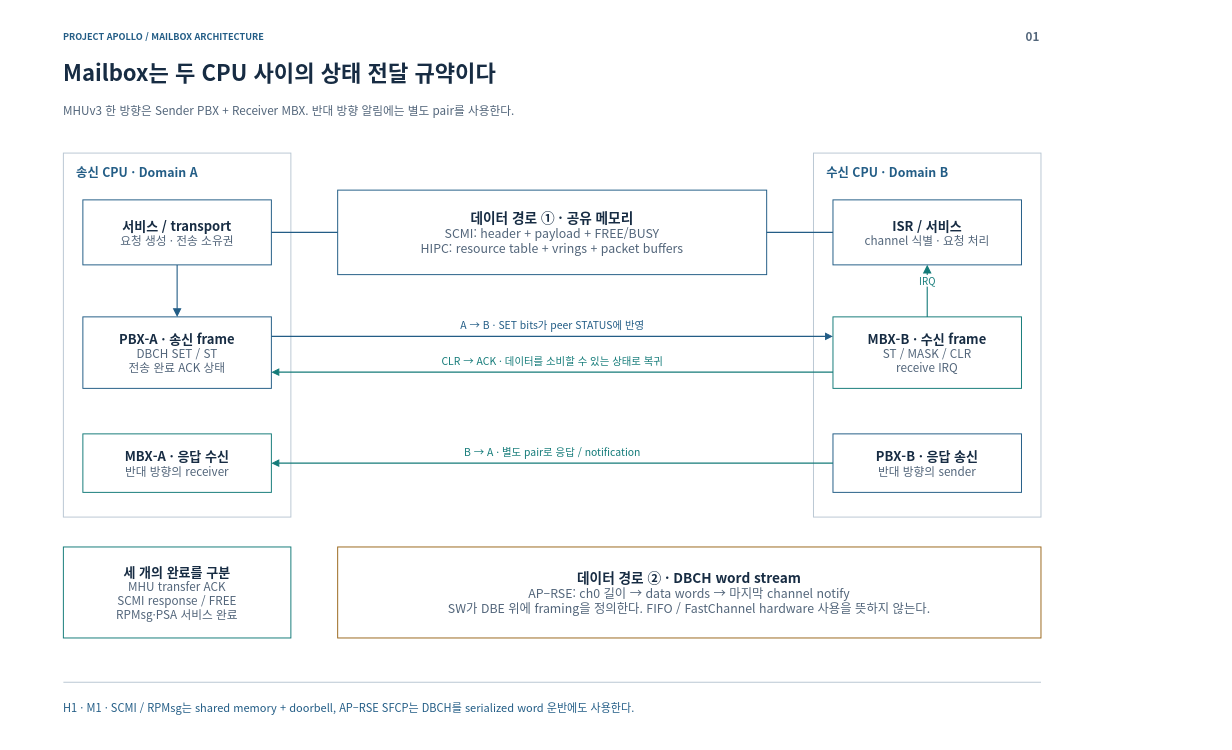
The draw.io diagram page "01-hardware" (2 of 24) of doc/phase1/mailbox/apollo-mailbox-architecture.drawio in cometzero/project-apollo, before the edit. Source tidied: cells renumbered, new cells numbered last; positions are measured from the earlier drawing's top-left corner, leaving out a move shared by most shapes. Both pictures are drawn from the tidied source at 65%, with x=0, y=0 at pixel (32, 11).
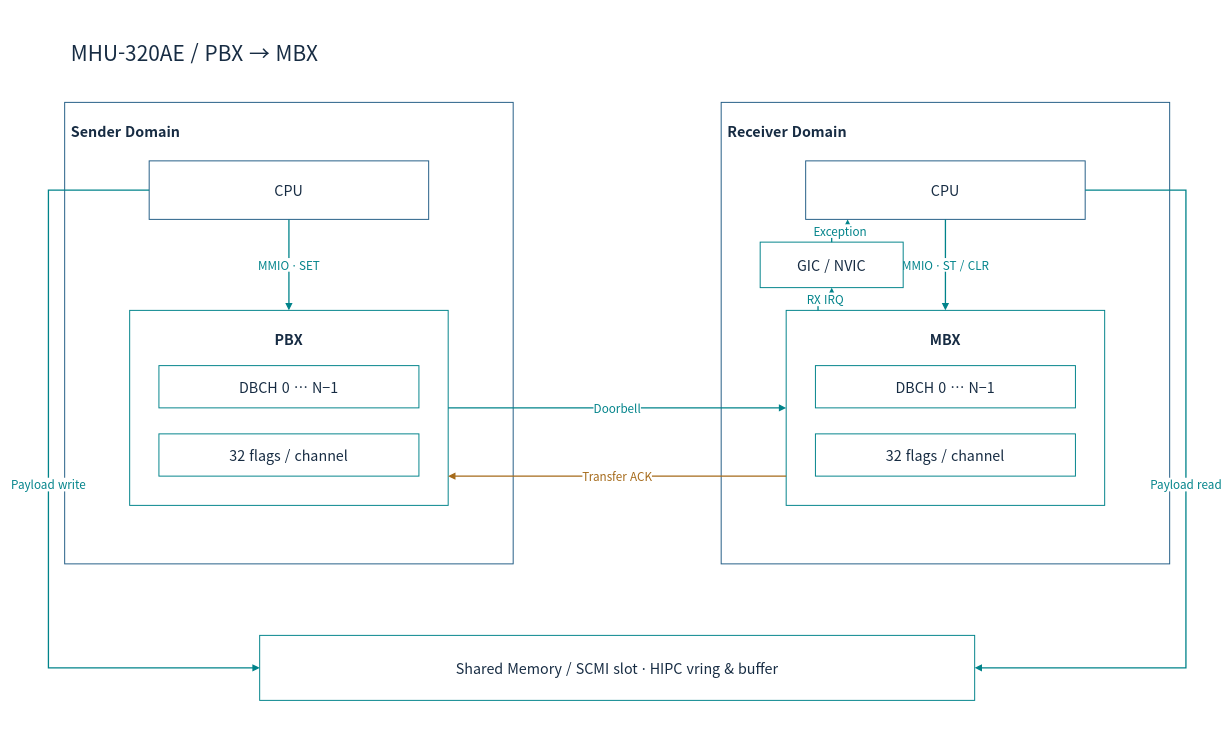
After the change.

Diff of the diagram source:
```diff
@@
-    <mxCell id="2" style="rounded=0;whiteSpace=wrap;html=1;fillColor=#FFFFFF;strokeWidth=1.5;fontFamily=Noto Sans CJK KR;fontSize=18;spacing=12;fontColor=#172C43;strokeColor=none;" parent="1" vertex="1">
-      <mxGeometry width="1600" height="1120" as="geometry" />
+    <mxCell id="2" style="rounded=0;whiteSpace=wrap;html=1;fillColor=#FFFFFF;strokeColor=none;strokeWidth=1.5;fontColor=#172C43;fontFamily=Noto Sans CJK KR;fontSize=22;spacing=10;" parent="1" vertex="1">
+      <mxGeometry width="1800" height="1120" as="geometry" />
     </mxCell>
-    <mxCell id="3" value="PROJECT APOLLO / MAILBOX ARCHITECTURE" style="rounded=0;whiteSpace=wrap;html=1;fillColor=#FFFFFF;strokeWidth=1.5;fontFamily=Noto Sans CJK KR;fontSize=18;spacing=12;fontColor=#172C43;strokeColor=none;fillColor=none;spacing=0;align=left;verticalAlign=middle;fontSize=14;fontColor=#235D86;fontStyle=1;" parent="1" vertex="1">
-      <mxGeometry x="48" y="26" width="1400" height="24" as="geometry" />
-    </mxCell>
-    <mxCell id="4" value="01" style="rounded=0;whiteSpace=wrap;html=1;fillColor=#FFFFFF;strokeWidth=1.5;fontFamily=Noto Sans CJK KR;fontSize=18;spacing=12;fontColor=#172C43;strokeColor=none;fillColor=none;spacing=0;align=right;verticalAlign=middle;fontSize=18;fontColor=#52657A;fontStyle=1;" parent="1" vertex="1">
-      <mxGeometry x="1485" y="23" width="65" height="30" as="geometry" />
-    </mxCell>
-    <mxCell id="5" value="Mailbox는 두 CPU 사이의 상태 전달 규약이다" style="rounded=0;whiteSpace=wrap;html=1;fillColor=#FFFFFF;strokeWidth=1.5;fontFamily=Noto Sans CJK KR;fontSize=18;spacing=12;fontColor=#172C43;strokeColor=none;fillColor=none;spacing=0;align=left;verticalAlign=middle;fontSize=34;fontColor=#172C43;fontStyle=1;" parent="1" vertex="1">
-      <mxGeometry x="48" y="67" width="1504" height="54" as="geometry" />
+    <mxCell id="5" value="MHU-320AE / PBX → MBX" style="rounded=0;whiteSpace=wrap;html=1;fillColor=#FFFFFF;strokeColor=none;strokeWidth=1.5;fontColor=#172C43;fontFamily=Noto Sans CJK KR;fontSize=22;spacing=10;fontSize=32;align=left;" parent="1" vertex="1">
+      <mxGeometry x="50" y="30" width="1700" height="65" as="geometry" />
     </mxCell>
-    <mxCell id="6" value="MHUv3 한 방향은 Sender PBX + Receiver MBX. 반대 방향 알림에는 별도 pair를 사용한다." style="rounded=0;whiteSpace=wrap;html=1;fillColor=#FFFFFF;strokeWidth=1.5;fontFamily=Noto Sans CJK KR;fontSize=18;spacing=12;fontColor=#172C43;strokeColor=none;fillColor=none;spacing=0;align=left;verticalAlign=middle;fontSize=18;fontColor=#52657A;fontStyle=0;" parent="1" vertex="1">
-      <mxGeometry x="48" y="127" width="1504" height="50" as="geometry" />
-    </mxCell>
-    <mxCell id="7" style="html=1;whiteSpace=nowrap;edgeStyle=none;endArrow=none;endSize=8;strokeWidth=1.6;strokeColor=#BAC7D3;fontColor=#BAC7D3;fontFamily=Noto Sans CJK KR;fontSize=16;labelBackgroundColor=#FFFFFF;dashed=0;" parent="1" edge="1">
-      <mxGeometry relative="1" as="geometry">
-        <mxPoint x="48" y="1032" as="sourcePoint" />
-        <mxPoint x="1552" y="1032" as="targetPoint" />
-      </mxGeometry>
-    </mxCell>
-    <mxCell id="8" value="H1 · M1 · SCMI / RPMsg는 shared memory + doorbell, AP–RSE SFCP는 DBCH를 serialized word 운반에도 사용한다." style="rounded=0;whiteSpace=wrap;html=1;fillColor=#FFFFFF;strokeWidth=1.5;fontFamily=Noto Sans CJK KR;fontSize=18;spacing=12;fontColor=#172C43;strokeColor=none;fillColor=none;spacing=0;align=left;verticalAlign=middle;fontSize=17;fontColor=#235D86;fontStyle=0;" parent="1" vertex="1">
-      <mxGeometry x="48" y="1047" width="1504" height="50" as="geometry" />
-    </mxCell>
-    <mxCell id="9" style="rounded=0;whiteSpace=wrap;html=1;fillColor=#FFFFFF;strokeWidth=1.5;fontFamily=Noto Sans CJK KR;fontSize=18;spacing=12;fontColor=#172C43;strokeColor=#BAC7D3;" parent="1" vertex="1">
-      <mxGeometry x="48" y="218" width="350" height="560" as="geometry" />
-    </mxCell>
-    <mxCell id="10" value="송신 CPU · Domain A" style="rounded=0;whiteSpace=wrap;html=1;fillColor=#FFFFFF;strokeWidth=1.5;fontFamily=Noto Sans CJK KR;fontSize=18;spacing=12;fontColor=#172C43;strokeColor=none;fillColor=none;spacing=0;align=left;verticalAlign=middle;fontSize=19;fontColor=#235D86;fontStyle=1;" parent="1" vertex="1">
-      <mxGeometry x="68" y="232" width="310" height="32" as="geometry" />
-    </mxCell>
-    <mxCell id="11" value="&lt;b style=&quot;font-size:20px&quot;&gt;서비스 / transport&lt;/b&gt;&lt;br&gt;&lt;font color=&quot;#52657A&quot; style=&quot;font-size:18px&quot;&gt;요청 생성 · 전송 소유권&lt;/font&gt;" style="rounded=0;whiteSpace=wrap;html=1;fillColor=#FFFFFF;strokeWidth=1.5;fontFamily=Noto Sans CJK KR;fontSize=18;spacing=12;fontColor=#172C43;strokeColor=#235D86;" parent="1" vertex="1">
-      <mxGeometry x="78" y="290" width="290" height="100" as="geometry" />
-    </mxCell>
-    <mxCell id="12" value="&lt;b style=&quot;font-size:20px&quot;&gt;PBX-A · 송신 frame&lt;/b&gt;&lt;br&gt;&lt;font color=&quot;#52657A&quot; style=&quot;font-size:18px&quot;&gt;DBCH SET / ST&lt;br&gt;전송 완료 ACK 상태&lt;/font&gt;" style="rounded=0;whiteSpace=wrap;html=1;fillColor=#FFFFFF;strokeWidth=1.5;fontFamily=Noto Sans CJK KR;fontSize=18;spacing=12;fontColor=#172C43;strokeColor=#235D86;" parent="1" vertex="1">
-      <mxGeometry x="78" y="470" width="290" height="110" as="geometry" />
-    </mxCell>
-    <mxCell id="13" value="&lt;b style=&quot;font-size:20px&quot;&gt;MBX-A · 응답 수신&lt;/b&gt;&lt;br&gt;&lt;font color=&quot;#52657A&quot; style=&quot;font-size:18px&quot;&gt;반대 방향의 receiver&lt;/font&gt;" style="rounded=0;whiteSpace=wrap;html=1;fillColor=#FFFFFF;strokeWidth=1.5;fontFamily=Noto Sans CJK KR;fontSize=18;spacing=12;fontColor=#172C43;strokeColor=#147B79;" parent="1" vertex="1">
-      <mxGeometry x="78" y="650" width="290" height="90" as="geometry" />
-    </mxCell>
-    <mxCell id="14" style="rounded=0;whiteSpace=wrap;html=1;fillColor=#FFFFFF;strokeWidth=1.5;fontFamily=Noto Sans CJK KR;fontSize=18;spacing=12;fontColor=#172C43;strokeColor=#BAC7D3;" parent="1" vertex="1">
-      <mxGeometry x="1202" y="218" width="350" height="560" as="geometry" />
-    </mxCell>
-    <mxCell id="15" value="수신 CPU · Domain B" style="rounded=0;whiteSpace=wrap;html=1;fillColor=#FFFFFF;strokeWidth=1.5;fontFamily=Noto Sans CJK KR;fontSize=18;spacing=12;fontColor=#172C43;strokeColor=none;fillColor=none;spacing=0;align=left;verticalAlign=middle;fontSize=19;fontColor=#235D86;fontStyle=1;" parent="1" vertex="1">
-      <mxGeometry x="1222" y="232" width="310" height="32" as="geometry" />
-    </mxCell>
-    <mxCell id="16" value="&lt;b style=&quot;font-size:20px&quot;&gt;ISR / 서비스&lt;/b&gt;&lt;br&gt;&lt;font color=&quot;#52657A&quot; style=&quot;font-size:18px&quot;&gt;channel 식별 · 요청 처리&lt;/font&gt;" style="rounded=0;whiteSpace=wrap;html=1;fillColor=#FFFFFF;strokeWidth=1.5;fontFamily=Noto Sans CJK KR;fontSize=18;spacing=12;fontColor=#172C43;strokeColor=#235D86;" parent="1" vertex="1">
-      <mxGeometry x="1232" y="290" width="290" height="100" as="geometry" />
-    </mxCell>
-    <mxCell id="17" value="&lt;b style=&quot;font-size:20px&quot;&gt;MBX-B · 수신 frame&lt;/b&gt;&lt;br&gt;&lt;font color=&quot;#52657A&quot; style=&quot;font-size:18px&quot;&gt;ST / MASK / CLR&lt;br&gt;receive IRQ&lt;/font&gt;" style="rounded=0;whiteSpace=wrap;html=1;fillColor=#FFFFFF;strokeWidth=1.5;fontFamily=Noto Sans CJK KR;fontSize=18;spacing=12;fontColor=#172C43;strokeColor=#147B79;" parent="1" vertex="1">
-      <mxGeometry x="1232" y="470" width="290" height="110" as="geometry" />
-    </mxCell>
-    <mxCell id="18" value="&lt;b style=&quot;font-size:20px&quot;&gt;PBX-B · 응답 송신&lt;/b&gt;&lt;br&gt;&lt;font color=&quot;#52657A&quot; style=&quot;font-size:18px&quot;&gt;반대 방향의 sender&lt;/font&gt;" style="rounded=0;whiteSpace=wrap;html=1;fillColor=#FFFFFF;strokeWidth=1.5;fontFamily=Noto Sans CJK KR;fontSize=18;spacing=12;fontColor=#172C43;strokeColor=#235D86;" parent="1" vertex="1">
-      <mxGeometry x="1232" y="650" width="290" height="90" as="geometry" />
-    </mxCell>
-    <mxCell id="19" style="html=1;whiteSpace=nowrap;edgeStyle=orthogonalEdgeStyle;rounded=0;endArrow=block;endSize=9;strokeWidth=1.7;strokeColor=#235D86;fontColor=#235D86;fontFamily=Noto Sans CJK KR;fontSize=15;labelBackgroundColor=#FFFFFF;" parent="1" edge="1" source="11" target="12">
-      <mxGeometry relative="1" as="geometry">
-        <mxPoint y="-16" as="offset" />
-      </mxGeometry>
-    </mxCell>
-    <mxCell id="20" value="IRQ" style="html=1;whiteSpace=nowrap;edgeStyle=orthogonalEdgeStyle;rounded=0;endArrow=block;endSize=9;strokeWidth=1.7;strokeColor=#147B79;fontColor=#147B79;fontFamily=Noto Sans CJK KR;fontSize=15;labelBackgroundColor=#FFFFFF;" parent="1" edge="1" source="17" target="16">
-      <mxGeometry relative="1" as="geometry">
-        <mxPoint y="-16" as="offset" />
-      </mxGeometry>
-    </mxCell>
-    <mxCell id="21" value="A → B · SET bits가 peer STATUS에 반영" style="html=1;whiteSpace=nowrap;edgeStyle=none;endArrow=block;endSize=8;strokeWidth=1.6;strokeColor=#235D86;fontColor=#235D86;fontFamily=Noto Sans CJK KR;fontSize=16;labelBackgroundColor=#FFFFFF;dashed=0;" parent="1" edge="1">
-      <mxGeometry relative="1" as="geometry">
-        <mxPoint x="368" y="500" as="sourcePoint" />
-        <mxPoint x="1232" y="500" as="targetPoint" />
-        <mxPoint y="-18" as="offset" />
-      </mxGeometry>
-    </mxCell>
-    <mxCell id="22" value="CLR → ACK · 데이터를 소비할 수 있는 상태로 복귀" style="html=1;whiteSpace=nowrap;edgeStyle=none;endArrow=block;endSize=8;strokeWidth=1.6;strokeColor=#147B79;fontColor=#147B79;fontFamily=Noto Sans CJK KR;fontSize=16;labelBackgroundColor=#FFFFFF;dashed=0;" parent="1" edge="1">
-      <mxGeometry relative="1" as="geometry">
-        <mxPoint x="1232" y="555" as="sourcePoint" />
-        <mxPoint x="368" y="555" as="targetPoint" />
-        <mxPoint y="-18" as="offset" />
-      </mxGeometry>
-    </mxCell>
-    <mxCell id="23" value="B → A · 별도 pair로 응답 / notification" style="html=1;whiteSpace=nowrap;edgeStyle=none;endArrow=block;endSize=8;strokeWidth=1.6;strokeColor=#147B79;fontColor=#147B79;fontFamily=Noto Sans CJK KR;fontSize=16;labelBackgroundColor=#FFFFFF;dashed=0;" parent="1" edge="1">
-      <mxGeometry relative="1" as="geometry">
-        <mxPoint x="1232" y="695" as="sourcePoint" />
-        <mxPoint x="368" y="695" as="targetPoint" />
-        <mxPoint y="-18" as="offset" />
-      </mxGeometry>
-    </mxCell>
-    <mxCell id="24" value="&lt;b style=&quot;font-size:21px&quot;&gt;데이터 경로 ① · 공유 메모리&lt;/b&gt;&lt;br&gt;&lt;font color=&quot;#52657A&quot; style=&quot;font-size:19px&quot;&gt;SCMI: header + payload + FREE/BUSY&lt;br&gt;HIPC: resource table + vrings + packet buffers&lt;/font&gt;" style="rounded=0;whiteSpace=wrap;html=1;fillColor=#FFFFFF;strokeWidth=1.5;fontFamily=Noto Sans CJK KR;fontSize=18;spacing=12;fontColor=#172C43;strokeColor=#235D86;" parent="1" vertex="1">
-      <mxGeometry x="470" y="275" width="660" height="130" as="geometry" />
-    </mxCell>
-    <mxCell id="25" style="html=1;whiteSpace=nowrap;edgeStyle=none;endArrow=none;endSize=8;strokeWidth=1.6;strokeColor=#235D86;fontColor=#235D86;fontFamily=Noto Sans CJK KR;fontSize=16;labelBackgroundColor=#FFFFFF;dashed=0;" parent="1" edge="1">
-      <mxGeometry relative="1" as="geometry">
-        <mxPoint x="368" y="340" as="sourcePoint" />
-        <mxPoint x="470" y="340" as="targetPoint" />
-      </mxGeometry>
-    </mxCell>
-    <mxCell id="26" style="html=1;whiteSpace=nowrap;edgeStyle=none;endArrow=none;endSize=8;strokeWidth=1.6;strokeColor=#235D86;fontColor=#235D86;fontFamily=Noto Sans CJK KR;fontSize=16;labelBackgroundColor=#FFFFFF;dashed=0;" parent="1" edge="1">
-      <mxGeometry relative="1" as="geometry">
-        <mxPoint x="1130" y="340" as="sourcePoint" />
-        <mxPoint x="1232" y="340" as="targetPoint" />
-      </mxGeometry>
-    </mxCell>
-    <mxCell id="27" value="&lt;b style=&quot;font-size:21px&quot;&gt;데이터 경로 ② · DBCH word stream&lt;/b&gt;&lt;br&gt;&lt;font color=&quot;#52657A&quot; style=&quot;font-size:19px&quot;&gt;AP–RSE: ch0 길이 → data words → 마지막 channel notify&lt;br&gt;SW가 DBE 위에 framing을 정의한다. FIFO / FastChannel hardware 사용을 뜻하지 않는다.&lt;/font&gt;" style="rounded=0;whiteSpace=wrap;html=1;fillColor=#FFFFFF;strokeWidth=1.5;fontFamily=Noto Sans CJK KR;fontSize=18;spacing=12;fontColor=#172C43;strokeColor=#9A681E;" parent="1" vertex="1">
-      <mxGeometry x="470" y="824" width="1082" height="140" as="geometry" />
-    </mxCell>
-    <mxCell id="28" value="&lt;b style=&quot;font-size:20px&quot;&gt;세 개의 완료를 구분&lt;/b&gt;&lt;br&gt;&lt;font color=&quot;#52657A&quot; style=&quot;font-size:18px&quot;&gt;MHU transfer ACK&lt;br&gt;SCMI response / FREE&lt;br&gt;RPMsg·PSA 서비스 완료&lt;/font&gt;" style="rounded=0;whiteSpace=wrap;html=1;fillColor=#FFFFFF;strokeWidth=1.5;fontFamily=Noto Sans CJK KR;fontSize=18;spacing=12;fontColor=#172C43;strokeColor=#147B79;" parent="1" vertex="1">
-      <mxGeometry x="48" y="824" width="350" height="140" as="geometry" />
-    </mxCell>
+    <mxCell id="29" value="Sender Domain" style="rounded=0;whiteSpace=wrap;html=1;fillColor=#FFFFFF;strokeColor=#235D86;strokeWidth=1.5;fontColor=#172C43;fontFamily=Noto Sans CJK KR;fontSize=22;spacing=10;verticalAlign=top;fontStyle=1;spacingTop=16;align=left;" parent="1" vertex="1">
+      <mxGeometry x="50" y="140" width="690" height="710" as="geometry" />
+    </mxCell>
+    <mxCell id="30" value="Receiver Domain" style="rounded=0;whiteSpace=wrap;html=1;fillColor=#FFFFFF;strokeColor=#235D86;strokeWidth=1.5;fontColor=#172C43;fontFamily=Noto Sans CJK KR;fontSize=22;spacing=10;verticalAlign=top;fontStyle=1;spacingTop=16;align=left;" parent="1" vertex="1">
+      <mxGeometry x="1060" y="140" width="690" height="710" as="geometry" />
+    </mxCell>
+    <mxCell id="31" value="CPU" style="rounded=0;whiteSpace=wrap;html=1;fillColor=#FFFFFF;strokeColor=#235D86;strokeWidth=1.5;fontColor=#172C43;fontFamily=Noto Sans CJK KR;fontSize=22;spacing=10;" parent="29" vertex="1">
+      <mxGeometry x="130" y="90" width="430" height="90" as="geometry" />
+    </mxCell>
+    <mxCell id="32" value="PBX" style="rounded=0;whiteSpace=wrap;html=1;fillColor=#FFFFFF;strokeColor=#00838A;strokeWidth=1.5;fontColor=#172C43;fontFamily=Noto Sans CJK KR;fontSize=22;spacing=10;verticalAlign=top;fontStyle=1;spacingTop=16;" parent="29" vertex="1">
+      <mxGeometry x="100" y="320" width="490" height="300" as="geometry" />
+    </mxCell>
+    <mxCell id="33" value="DBCH 0 … N−1" style="rounded=0;whiteSpace=wrap;html=1;fillColor=#FFFFFF;strokeColor=#00838A;strokeWidth=1.5;fontColor=#172C43;fontFamily=Noto Sans CJK KR;fontSize=22;spacing=10;" parent="32" vertex="1">
+      <mxGeometry x="45" y="85" width="400" height="65" as="geometry" />
+    </mxCell>
+    <mxCell id="34" value="32 flags / channel" style="rounded=0;whiteSpace=wrap;html=1;fillColor=#FFFFFF;strokeColor=#00838A;strokeWidth=1.5;fontColor=#172C43;fontFamily=Noto Sans CJK KR;fontSize=22;spacing=10;" parent="32" vertex="1">
+      <mxGeometry x="45" y="190" width="400" height="65" as="geometry" />
+    </mxCell>
+    <mxCell id="35" value="MMIO · SET" style="edgeStyle=orthogonalEdgeStyle;rounded=0;html=1;endArrow=block;endFill=1;strokeWidth=2;strokeColor=#00838A;fontColor=#00838A;fontFamily=Noto Sans CJK KR;fontSize=18;labelBackgroundColor=#FFFFFF;exitX=0.5;exitY=1;entryX=0.5;entryY=0;" parent="1" edge="1" source="31" target="32">
+      <mxGeometry relative="1" as="geometry" />
+    </mxCell>
+    <mxCell id="36" value="CPU" style="rounded=0;whiteSpace=wrap;html=1;fillColor=#FFFFFF;strokeColor=#235D86;strokeWidth=1.5;fontColor=#172C43;fontFamily=Noto Sans CJK KR;fontSize=22;spacing=10;" parent="30" vertex="1">
+      <mxGeometry x="130" y="90" width="430" height="90" as="geometry" />
+    </mxCell>
+    <mxCell id="37" value="MBX" style="rounded=0;whiteSpace=wrap;html=1;fillColor=#FFFFFF;strokeColor=#00838A;strokeWidth=1.5;fontColor=#172C43;fontFamily=Noto Sans CJK KR;fontSize=22;spacing=10;verticalAlign=top;fontStyle=1;spacingTop=16;" parent="30" vertex="1">
+      <mxGeometry x="100" y="320" width="490" height="300" as="geometry" />
+    </mxCell>
+    <mxCell id="38" value="DBCH 0 … N−1" style="rounded=0;whiteSpace=wrap;html=1;fillColor=#FFFFFF;strokeColor=#00838A;strokeWidth=1.5;fontColor=#172C43;fontFamily=Noto Sans CJK KR;fontSize=22;spacing=10;" parent="37" vertex="1">
+      <mxGeometry x="45" y="85" width="400" height="65" as="geometry" />
+    </mxCell>
+    <mxCell id="39" value="32 flags / channel" style="rounded=0;whiteSpace=wrap;html=1;fillColor=#FFFFFF;strokeColor=#00838A;strokeWidth=1.5;fontColor=#172C43;fontFamily=Noto Sans CJK KR;fontSize=22;spacing=10;" parent="37" vertex="1">
+      <mxGeometry x="45" y="190" width="400" height="65" as="geometry" />
+    </mxCell>
+    <mxCell id="40" value="MMIO · ST / CLR" style="edgeStyle=orthogonalEdgeStyle;rounded=0;html=1;endArrow=block;endFill=1;strokeWidth=2;strokeColor=#00838A;fontColor=#00838A;fontFamily=Noto Sans CJK KR;fontSize=18;labelBackgroundColor=#FFFFFF;exitX=0.5;exitY=1;entryX=0.5;entryY=0;" parent="1" edge="1" source="36" target="37">
+      <mxGeometry relative="1" as="geometry" />
+    </mxCell>
+    <mxCell id="41" value="Doorbell" style="edgeStyle=orthogonalEdgeStyle;rounded=0;html=1;endArrow=block;endFill=1;strokeWidth=2;strokeColor=#00838A;fontColor=#00838A;fontFamily=Noto Sans CJK KR;fontSize=18;labelBackgroundColor=#FFFFFF;exitX=1;exitY=0.5;entryX=0;entryY=0.5;" parent="1" edge="1" source="32" target="37">
+      <mxGeometry relative="1" as="geometry" />
+    </mxCell>
+    <mxCell id="42" value="Transfer ACK" style="edgeStyle=orthogonalEdgeStyle;rounded=0;html=1;endArrow=block;endFill=1;strokeWidth=2;strokeColor=#A56A1A;fontColor=#A56A1A;fontFamily=Noto Sans CJK KR;fontSize=18;labelBackgroundColor=#FFFFFF;exitX=0;exitY=0.85;entryX=1;entryY=0.85;" parent="1" edge="1" source="37" target="32">
+      <mxGeometry relative="1" as="geometry" />
+    </mxCell>
+    <mxCell id="43" value="GIC / NVIC" style="rounded=0;whiteSpace=wrap;html=1;fillColor=#FFFFFF;strokeColor=#00838A;strokeWidth=1.5;fontColor=#172C43;fontFamily=Noto Sans CJK KR;fontSize=22;spacing=10;" parent="1" vertex="1">
+      <mxGeometry x="1120" y="355" width="220" height="70" as="geometry" />
+    </mxCell>
+    <mxCell id="44" value="RX IRQ" style="edgeStyle=orthogonalEdgeStyle;rounded=0;html=1;endArrow=block;endFill=1;strokeWidth=2;strokeColor=#00838A;fontColor=#00838A;fontFamily=Noto Sans CJK KR;fontSize=18;labelBackgroundColor=#FFFFFF;exitX=0.1;exitY=0;entryX=0.5;entryY=1;" parent="1" edge="1" source="37" target="43">
+      <mxGeometry relative="1" as="geometry" />
+    </mxCell>
+    <mxCell id="45" value="Exception" style="edgeStyle=orthogonalEdgeStyle;rounded=0;html=1;endArrow=block;endFill=1;strokeWidth=2;strokeColor=#00838A;fontColor=#00838A;fontFamily=Noto Sans CJK KR;fontSize=18;labelBackgroundColor=#FFFFFF;exitX=0.5;exitY=0;entryX=0.15;entryY=1;" parent="1" edge="1" source="43" target="36">
+      <mxGeometry relative="1" as="geometry" />
+    </mxCell>
+    <mxCell id="46" value="Shared Memory / SCMI slot · HIPC vring &amp;amp; buffer" style="rounded=0;whiteSpace=wrap;html=1;fillColor=#FFFFFF;strokeColor=#00838A;strokeWidth=1.5;fontColor=#172C43;fontFamily=Noto Sans CJK KR;fontSize=22;spacing=10;" parent="1" vertex="1">
+      <mxGeometry x="350" y="960" width="1100" height="100" as="geometry" />
+    </mxCell>
+    <mxCell id="47" value="Payload write" style="edgeStyle=orthogonalEdgeStyle;rounded=0;html=1;endArrow=block;endFill=1;strokeWidth=2;strokeColor=#00838A;fontColor=#00838A;fontFamily=Noto Sans CJK KR;fontSize=18;labelBackgroundColor=#FFFFFF;exitX=0;exitY=0.5;entryX=0;entryY=0.5;" parent="1" edge="1" source="31" target="46">
+      <mxGeometry relative="1" as="geometry">
+        <Array as="points">
+          <mxPoint x="25" y="275" />
+          <mxPoint x="25" y="1010" />
+        </Array>
+      </mxGeometry>
+    </mxCell>
+    <mxCell id="48" value="Payload read" style="edgeStyle=orthogonalEdgeStyle;rounded=0;html=1;endArrow=block;endFill=1;strokeWidth=2;strokeColor=#00838A;fontColor=#00838A;fontFamily=Noto Sans CJK KR;fontSize=18;labelBackgroundColor=#FFFFFF;exitX=1;exitY=0.5;entryX=1;entryY=0.5;" parent="1" edge="1" source="36" target="46">
+      <mxGeometry relative="1" as="geometry">
+        <Array as="points">
+          <mxPoint x="1775" y="275" />
+          <mxPoint x="1775" y="1010" />
+        </Array>
+      </mxGeometry>
+    </mxCell>
```
